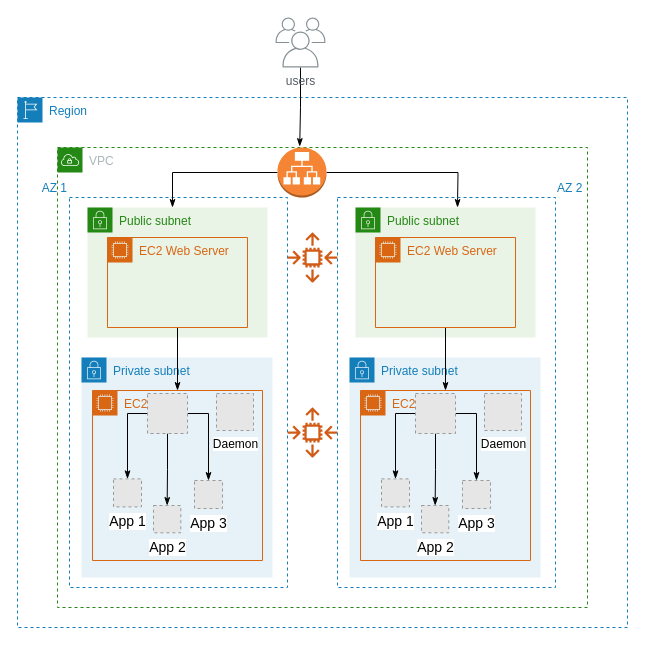
This is page "L2 Infrastructure Design - Prod" (5 of 6) of Untitled Diagram.drawio from senthilsource/multi-docker, a draw.io file, before an edit. Source tidied: cells renumbered, new cells numbered last; positions are measured from the earlier drawing's top-left corner, leaving out a move shared by most shapes. Both pictures are drawn from the tidied source at 100%, with x=0, y=0 at pixel (17, 17). Pictures stored in the file or linked from it are replaced by grey dashed boxes.
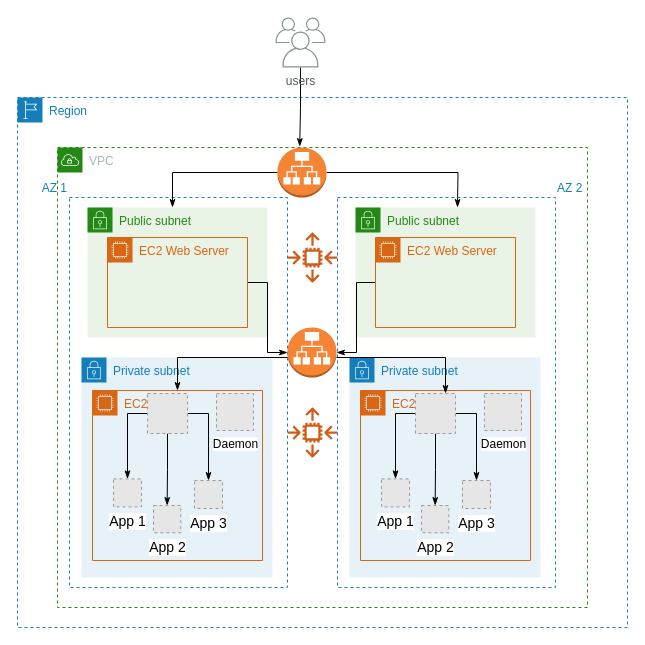
The same page after the edit.

The change refers to these unchanged cells:
```xml
<mxCell id="8" value="EC2 Web Server" style="points=[[0,0],[0.25,0],[0.5,0],[0.75,0],[1,0],[1,0.25],[1,0.5],[1,0.75],[1,1],[0.75,1],[0.5,1],[0.25,1],[0,1],[0,0.75],[0,0.5],[0,0.25]];outlineConnect=0;gradientColor=none;html=1;whiteSpace=wrap;fontSize=12;fontStyle=0;shape=mxgraph.aws4.group;grIcon=mxgraph.aws4.group_ec2_instance_contents;strokeColor=#D86613;fillColor=none;verticalAlign=top;align=left;spacingLeft=30;fontColor=#D86613;dashed=0;dashPattern=1 1;" parent="1" vertex="1">
  <mxGeometry x="90" y="220" width="140" height="90" as="geometry" />
</mxCell>
<mxCell id="9" value="EC2&amp;nbsp;" style="points=[[0,0],[0.25,0],[0.5,0],[0.75,0],[1,0],[1,0.25],[1,0.5],[1,0.75],[1,1],[0.75,1],[0.5,1],[0.25,1],[0,1],[0,0.75],[0,0.5],[0,0.25]];outlineConnect=0;gradientColor=none;html=1;whiteSpace=wrap;fontSize=12;fontStyle=0;shape=mxgraph.aws4.group;grIcon=mxgraph.aws4.group_ec2_instance_contents;strokeColor=#D86613;fillColor=none;verticalAlign=top;align=left;spacingLeft=30;fontColor=#D86613;dashed=0;dashPattern=1 1;" parent="1" vertex="1">
  <mxGeometry x="75" y="373" width="170" height="170" as="geometry" />
</mxCell>
<mxCell id="31" value="EC2 Web Server" style="points=[[0,0],[0.25,0],[0.5,0],[0.75,0],[1,0],[1,0.25],[1,0.5],[1,0.75],[1,1],[0.75,1],[0.5,1],[0.25,1],[0,1],[0,0.75],[0,0.5],[0,0.25]];outlineConnect=0;gradientColor=none;html=1;whiteSpace=wrap;fontSize=12;fontStyle=0;shape=mxgraph.aws4.group;grIcon=mxgraph.aws4.group_ec2_instance_contents;strokeColor=#D86613;fillColor=none;verticalAlign=top;align=left;spacingLeft=30;fontColor=#D86613;dashed=0;dashPattern=1 1;" parent="1" vertex="1">
  <mxGeometry x="358" y="220" width="140" height="90" as="geometry" />
</mxCell>
<mxCell id="32" value="EC2&amp;nbsp;" style="points=[[0,0],[0.25,0],[0.5,0],[0.75,0],[1,0],[1,0.25],[1,0.5],[1,0.75],[1,1],[0.75,1],[0.5,1],[0.25,1],[0,1],[0,0.75],[0,0.5],[0,0.25]];outlineConnect=0;gradientColor=none;html=1;whiteSpace=wrap;fontSize=12;fontStyle=0;shape=mxgraph.aws4.group;grIcon=mxgraph.aws4.group_ec2_instance_contents;strokeColor=#D86613;fillColor=none;verticalAlign=top;align=left;spacingLeft=30;fontColor=#D86613;dashed=0;dashPattern=1 1;" parent="1" vertex="1">
  <mxGeometry x="343" y="373" width="170" height="170" as="geometry" />
</mxCell>
<mxCell id="36" style="fillColor=#E6E6E6;strokeColor=#999999;dashed=1;html=1;verticalAlign=top;verticalLabelPosition=bottom;labelBackgroundColor=#ffffff;fontSize=14;" parent="1" vertex="1">
  <mxGeometry x="398" y="376" width="40" height="40" as="geometry" />
</mxCell>
```

The edit, as a diff of the source:
```diff
@@
-    <mxCell id="7" style="edgeStyle=orthogonalEdgeStyle;rounded=0;jettySize=auto;html=1;entryX=0.5;entryY=0;entryDx=0;entryDy=0;endArrow=classicThin;endFill=1;strokeWidth=1;fontSize=14;" parent="1" edge="1" source="8" target="9">
-      <mxGeometry relative="1" as="geometry" />
-    </mxCell>
+    <mxCell id="42" style="edgeStyle=orthogonalEdgeStyle;rounded=0;jettySize=auto;html=1;endArrow=classicThin;endFill=1;strokeWidth=1;fontSize=12;" parent="1" edge="1" source="8" target="46">
+      <mxGeometry relative="1" as="geometry" />
+    </mxCell>
@@
-    <mxCell id="30" style="edgeStyle=orthogonalEdgeStyle;rounded=0;jettySize=auto;html=1;entryX=0.5;entryY=0;entryDx=0;entryDy=0;endArrow=classicThin;endFill=1;strokeWidth=1;fontSize=14;" parent="1" edge="1" source="31" target="32">
-      <mxGeometry relative="1" as="geometry" />
-    </mxCell>
+    <mxCell id="43" style="edgeStyle=orthogonalEdgeStyle;rounded=0;jettySize=auto;html=1;endArrow=classicThin;endFill=1;strokeWidth=1;fontSize=12;" parent="1" edge="1" source="31" target="46">
+      <mxGeometry relative="1" as="geometry">
+        <Array as="points">
+          <mxPoint x="339" y="265" />
+          <mxPoint x="339" y="335" />
+        </Array>
+      </mxGeometry>
+    </mxCell>
@@
+    <mxCell id="44" style="edgeStyle=orthogonalEdgeStyle;rounded=0;jettySize=auto;html=1;entryX=0.75;entryY=0;entryDx=0;entryDy=0;endArrow=classicThin;endFill=1;strokeWidth=1;fontSize=12;" parent="1" edge="1" source="46" target="36">
+      <mxGeometry relative="1" as="geometry">
+        <Array as="points">
+          <mxPoint x="428" y="340" />
+        </Array>
+      </mxGeometry>
+    </mxCell>
+    <mxCell id="45" style="edgeStyle=orthogonalEdgeStyle;rounded=0;jettySize=auto;html=1;endArrow=classicThin;endFill=1;strokeWidth=1;fontSize=12;" parent="1" edge="1" source="46" target="9">
+      <mxGeometry relative="1" as="geometry">
+        <Array as="points">
+          <mxPoint x="160" y="340" />
+        </Array>
+      </mxGeometry>
+    </mxCell>
+    <mxCell id="46" style="outlineConnect=0;dashed=0;verticalLabelPosition=bottom;verticalAlign=top;align=center;html=1;shape=mxgraph.aws3.application_load_balancer;fillColor=#F58534;gradientColor=none;dashPattern=1 1;strokeWidth=2;fontSize=14;" parent="1" vertex="1">
+      <mxGeometry x="270" y="310" width="49" height="50" as="geometry" />
+    </mxCell>
```
